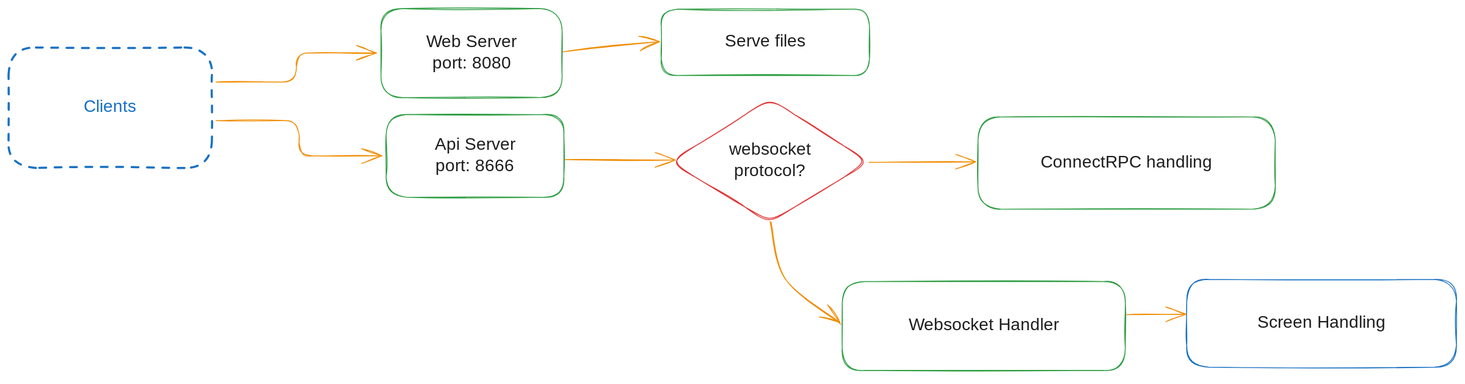
The Excalidraw diagram server/docs/assets/traffic.excalidraw.svg in DaanV2/mechanus, before a commit. Source tidied: one line per element, renumbered; positions are measured from the earlier drawing's top-left corner, leaving out a move shared by most shapes.
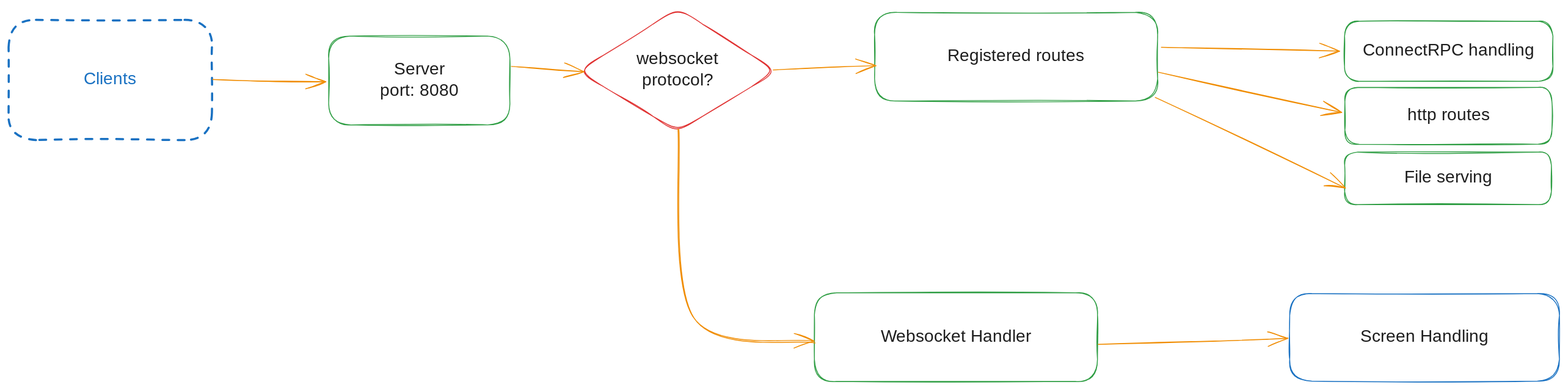
The same diagram one commit later.

What changed in the source:
```diff
@@ -1,23 +1,26 @@
 {"id": 0, "type": "rectangle", "strokeColor": "#1971c2", "strokeWidth": 2, "strokeStyle": "dashed", "roughness": 1, "round": true, "x": 0, "y": 45, "width": 238, "height": 141}
 {"id": 1, "type": "text", "text": "Clients", "strokeColor": "#1971c2", "strokeWidth": 2, "strokeStyle": "dashed", "roughness": 1, "fontSize": 20, "fontFamily": 5, "textAlign": "center", "verticalAlign": "middle", "inside": 0, "x": 86, "y": 103, "width": 65, "height": 25}
-{"id": 2, "type": "rectangle", "strokeColor": "#2f9e44", "strokeWidth": 1, "roughness": 1, "round": true, "x": 436, "y": 0, "width": 212, "height": 104}
+{"id": 2, "type": "rectangle", "strokeColor": "#2f9e44", "strokeWidth": 1, "roughness": 1, "round": true, "x": 374, "y": 64, "width": 212, "height": 104}
-{"id": 3, "type": "text", "text": "Web Server\nport: 8080", "strokeColor": "#1e1e1e", "strokeWidth": 1, "roughness": 1, "fontSize": 20, "fontFamily": 5, "textAlign": "center", "verticalAlign": "middle", "inside": 2, "x": 487, "y": 27, "width": 108, "height": 50}
+{"id": 3, "type": "text", "text": "Server\nport: 8080", "strokeColor": "#1e1e1e", "strokeWidth": 1, "roughness": 1, "fontSize": 20, "fontFamily": 5, "textAlign": "center", "verticalAlign": "middle", "inside": 2, "x": 426, "y": 91, "width": 108, "height": 50}
-{"id": 4, "type": "rectangle", "strokeColor": "#2f9e44", "strokeWidth": 1, "roughness": 1, "round": true, "x": 442, "y": 124, "width": 208, "height": 97}
-{"id": 5, "type": "text", "text": "Api Server\nport: 8666", "strokeColor": "#1e1e1e", "strokeWidth": 1, "roughness": 1, "fontSize": 20, "fontFamily": 5, "textAlign": "center", "verticalAlign": "middle", "inside": 4, "x": 492, "y": 147, "width": 107, "height": 50}
-{"id": 6, "type": "arrow", "strokeColor": "#f08c00", "strokeWidth": 1, "roughness": 1, "endArrowhead": "arrow", "from": 0, "to": 2, "x": 243, "y": 86, "width": 188, "height": 34, "points": [[0, 0], [94, 0], [94, -34], [188, -34]]}
-{"id": 7, "type": "arrow", "strokeColor": "#f08c00", "strokeWidth": 1, "roughness": 1, "endArrowhead": "arrow", "from": 0, "to": 4, "x": 243, "y": 131, "width": 194, "height": 41, "points": [[0, 0], [97, 0], [97, 41], [194, 41]]}
-{"id": 8, "type": "diamond", "strokeColor": "#e03131", "strokeWidth": 1, "roughness": 1, "round": true, "x": 774, "y": 106, "width": 232, "height": 144}
+{"id": 8, "type": "diamond", "strokeColor": "#e03131", "strokeWidth": 1, "roughness": 1, "round": true, "x": 667, "y": 32, "width": 232, "height": 144}
-{"id": 9, "type": "text", "text": "websocket\nprotocol?", "strokeColor": "#1e1e1e", "strokeWidth": 1, "roughness": 1, "fontSize": 20, "fontFamily": 5, "textAlign": "center", "verticalAlign": "middle", "inside": 8, "x": 840, "y": 153, "width": 101, "height": 50}
+{"id": 9, "type": "text", "text": "websocket\nprotocol?", "strokeColor": "#1e1e1e", "strokeWidth": 1, "roughness": 1, "fontSize": 20, "fontFamily": 5, "textAlign": "center", "verticalAlign": "middle", "inside": 8, "x": 732, "y": 79, "width": 101, "height": 50}
-{"id": 10, "type": "rectangle", "strokeColor": "#2f9e44", "strokeWidth": 1, "roughness": 1, "round": true, "x": 763, "y": 1, "width": 244, "height": 77}
+{"id": 10, "type": "rectangle", "strokeColor": "#2f9e44", "strokeWidth": 1, "roughness": 1, "round": true, "x": 1563, "y": 200, "width": 242, "height": 62}
-{"id": 11, "type": "text", "text": "Serve files", "strokeColor": "#1e1e1e", "strokeWidth": 1, "roughness": 1, "fontSize": 20, "fontFamily": 5, "textAlign": "center", "verticalAlign": "middle", "inside": 10, "x": 834, "y": 27, "width": 102, "height": 25}
+{"id": 11, "type": "text", "text": "File serving", "strokeColor": "#1e1e1e", "strokeWidth": 1, "roughness": 1, "fontSize": 20, "fontFamily": 5, "textAlign": "center", "verticalAlign": "middle", "inside": 10, "x": 1629, "y": 218, "width": 108, "height": 25}
-{"id": 12, "type": "arrow", "strokeColor": "#f08c00", "strokeWidth": 1, "roughness": 1, "endArrowhead": "arrow", "from": 2, "to": 10, "x": 649, "y": 51, "width": 113, "height": 12, "points": [[0, 0], [113, -12]]}
+{"id": 12, "type": "arrow", "strokeColor": "#f08c00", "strokeWidth": 1, "roughness": 1, "endArrowhead": "arrow", "from": 24, "to": 10, "x": 1341, "y": 136, "width": 222, "height": 106, "points": [[0, 0], [222, 106]]}
-{"id": 13, "type": "arrow", "strokeColor": "#f08c00", "strokeWidth": 1, "roughness": 1, "endArrowhead": "arrow", "from": 4, "to": 8, "x": 651, "y": 176, "width": 129, "height": 0, "points": [[0, 0], [129, 0]]}
+{"id": 13, "type": "arrow", "strokeColor": "#f08c00", "strokeWidth": 1, "roughness": 1, "endArrowhead": "arrow", "from": 2, "to": 8, "x": 588, "y": 100, "width": 85, "height": 6, "points": [[0, 0], [85, 6]]}
-{"id": 14, "type": "rectangle", "strokeColor": "#2f9e44", "strokeWidth": 1, "roughness": 1, "round": true, "x": 975, "y": 319, "width": 331, "height": 104}
+{"id": 14, "type": "rectangle", "strokeColor": "#2f9e44", "strokeWidth": 1, "roughness": 1, "round": true, "x": 942, "y": 365, "width": 331, "height": 104}
-{"id": 15, "type": "text", "text": "Websocket Handler", "strokeColor": "#1e1e1e", "strokeWidth": 1, "roughness": 1, "fontSize": 20, "fontFamily": 5, "textAlign": "center", "verticalAlign": "middle", "inside": 14, "x": 1051, "y": 358, "width": 179, "height": 25}
+{"id": 15, "type": "text", "text": "Websocket Handler", "strokeColor": "#1e1e1e", "strokeWidth": 1, "roughness": 1, "fontSize": 20, "fontFamily": 5, "textAlign": "center", "verticalAlign": "middle", "inside": 14, "x": 1018, "y": 404, "width": 179, "height": 25}
-{"id": 16, "type": "rectangle", "strokeColor": "#1971c2", "strokeWidth": 1, "roughness": 1, "round": true, "x": 1378, "y": 316, "width": 315, "height": 102}
+{"id": 16, "type": "rectangle", "strokeColor": "#1971c2", "strokeWidth": 1, "roughness": 1, "round": true, "x": 1498, "y": 366, "width": 315, "height": 102}
-{"id": 17, "type": "text", "text": "Screen Handling", "strokeColor": "#1e1e1e", "strokeWidth": 1, "roughness": 1, "fontSize": 20, "fontFamily": 5, "textAlign": "center", "verticalAlign": "middle", "inside": 16, "x": 1462, "y": 355, "width": 147, "height": 25}
+{"id": 17, "type": "text", "text": "Screen Handling", "strokeColor": "#1e1e1e", "strokeWidth": 1, "roughness": 1, "fontSize": 20, "fontFamily": 5, "textAlign": "center", "verticalAlign": "middle", "inside": 16, "x": 1583, "y": 405, "width": 147, "height": 25}
-{"id": 18, "type": "arrow", "strokeColor": "#f08c00", "strokeWidth": 1, "roughness": 1, "endArrowhead": "arrow", "round": true, "from": 8, "to": 14, "x": 891, "y": 248, "width": 83, "height": 120, "points": [[0, 0], [19, 67], [83, 120]]}
+{"id": 18, "type": "arrow", "strokeColor": "#f08c00", "strokeWidth": 1, "roughness": 1, "endArrowhead": "arrow", "round": true, "from": 8, "to": 14, "x": 783, "y": 173, "width": 161, "height": 250, "points": [[0, 0], [19, 220], [161, 250]]}
-{"id": 19, "type": "arrow", "strokeColor": "#f08c00", "strokeWidth": 1, "roughness": 1, "endArrowhead": "arrow", "from": 14, "to": 16, "x": 1308, "y": 357, "width": 69, "height": 0, "points": [[0, 0], [69, 0]]}
+{"id": 19, "type": "arrow", "strokeColor": "#f08c00", "strokeWidth": 1, "roughness": 1, "endArrowhead": "arrow", "from": 14, "to": 16, "x": 1274, "y": 425, "width": 222, "height": 7, "points": [[0, 0], [222, -7]]}
-{"id": 20, "type": "rectangle", "strokeColor": "#2f9e44", "strokeWidth": 1, "roughness": 1, "round": true, "x": 1134, "y": 127, "width": 348, "height": 108}
+{"id": 20, "type": "rectangle", "strokeColor": "#2f9e44", "strokeWidth": 1, "roughness": 1, "round": true, "x": 1562, "y": 47, "width": 244, "height": 70}
-{"id": 21, "type": "text", "text": "ConnectRPC handling", "strokeColor": "#1e1e1e", "strokeWidth": 1, "roughness": 1, "fontSize": 20, "fontFamily": 5, "textAlign": "center", "verticalAlign": "middle", "inside": 20, "x": 1206, "y": 168, "width": 203, "height": 25}
+{"id": 21, "type": "text", "text": "ConnectRPC handling", "strokeColor": "#1e1e1e", "strokeWidth": 1, "roughness": 1, "fontSize": 20, "fontFamily": 5, "textAlign": "center", "verticalAlign": "middle", "inside": 20, "x": 1583, "y": 70, "width": 203, "height": 25}
-{"id": 22, "type": "arrow", "strokeColor": "#f08c00", "strokeWidth": 1, "roughness": 1, "endArrowhead": "arrow", "from": 8, "to": 20, "x": 1006, "y": 180, "width": 125, "height": 1, "points": [[0, 0], [125, -1]]}
+{"id": 22, "type": "arrow", "strokeColor": "#f08c00", "strokeWidth": 1, "roughness": 1, "endArrowhead": "arrow", "from": 24, "to": 20, "x": 1348, "y": 78, "width": 208, "height": 4, "points": [[0, 0], [208, 4]]}
+{"id": 23, "type": "arrow", "strokeColor": "#f08c00", "strokeWidth": 1, "roughness": 1, "endArrowhead": "arrow", "from": 0, "to": 2, "x": 239, "y": 115, "width": 132, "height": 3, "points": [[0, 0], [132, 3]]}
+{"id": 24, "type": "rectangle", "strokeColor": "#2f9e44", "strokeWidth": 1, "roughness": 1, "round": true, "x": 1013, "y": 37, "width": 331, "height": 104}
+{"id": 25, "type": "text", "text": "Registered routes", "strokeColor": "#1e1e1e", "strokeWidth": 1, "roughness": 1, "fontSize": 20, "fontFamily": 5, "textAlign": "center", "verticalAlign": "middle", "inside": 24, "x": 1090, "y": 76, "width": 177, "height": 25}
+{"id": 26, "type": "rectangle", "strokeColor": "#2f9e44", "strokeWidth": 1, "roughness": 1, "round": true, "x": 1563, "y": 125, "width": 242, "height": 66}
+{"id": 27, "type": "text", "text": "http routes", "strokeColor": "#1e1e1e", "strokeWidth": 1, "roughness": 1, "fontSize": 20, "fontFamily": 5, "textAlign": "center", "verticalAlign": "middle", "inside": 26, "x": 1626, "y": 145, "width": 116, "height": 25}
+{"id": 28, "type": "arrow", "strokeColor": "#f08c00", "strokeWidth": 1, "roughness": 1, "endArrowhead": "arrow", "from": 24, "to": 26, "x": 1345, "y": 107, "width": 214, "height": 47, "points": [[0, 0], [214, 47]]}
+{"id": 29, "type": "arrow", "strokeColor": "#f08c00", "strokeWidth": 1, "roughness": 1, "endArrowhead": "arrow", "from": 8, "to": 24, "x": 894, "y": 104, "width": 120, "height": 5, "points": [[0, 0], [120, -5]]}
```
